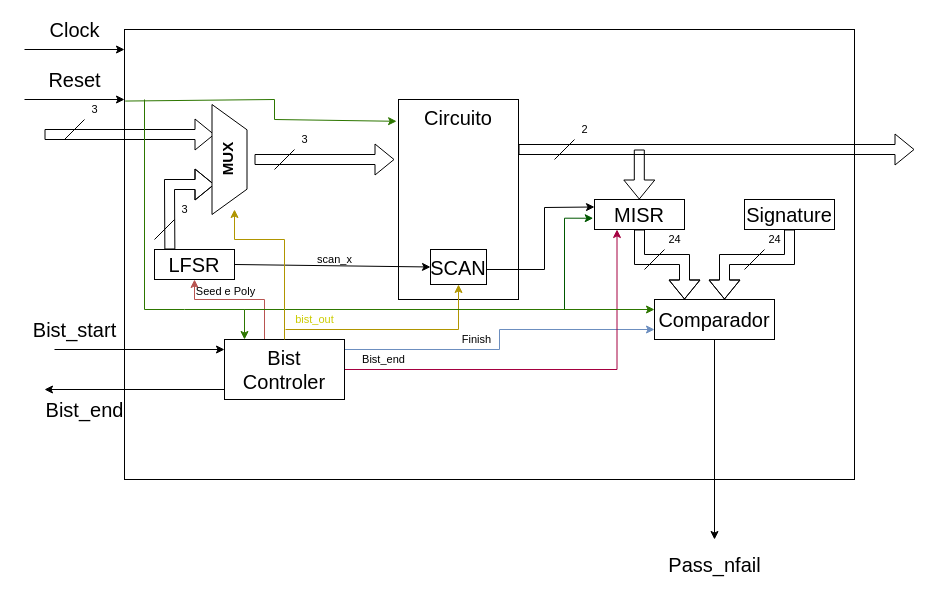
This is Projeto2/Diagrama.drawio from victor-macedo/PTFSE, a draw.io file, before an edit. Source tidied: cells renumbered, new cells numbered last; positions are measured from the earlier drawing's top-left corner, leaving out a move shared by most shapes. Both pictures are drawn from the tidied source at 100%, with x=0, y=0 at pixel (24, 29).
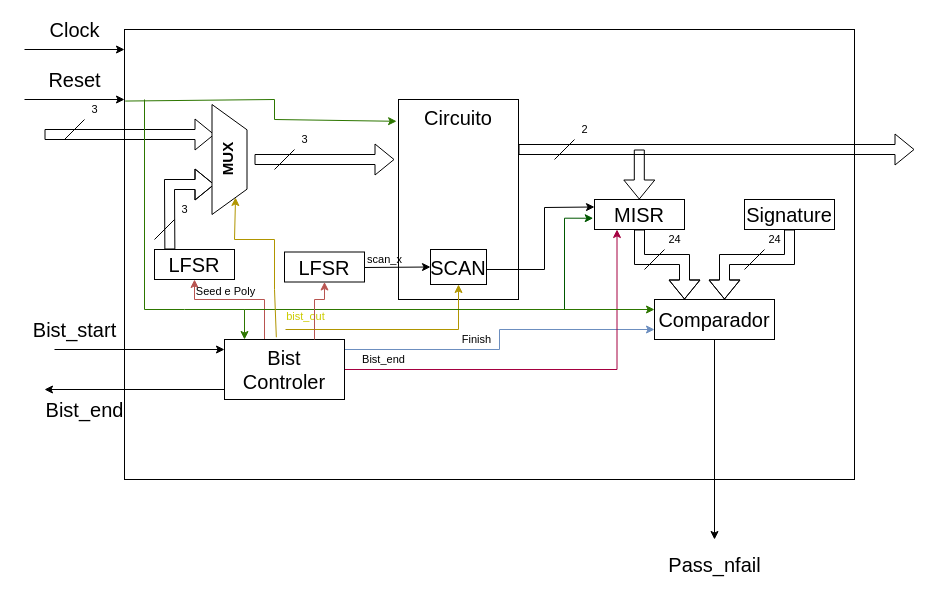
Above is the later version.

The change refers to these unchanged cells:
```xml
<mxCell id="11" value="&lt;font style=&quot;font-size: 20px;&quot;&gt;Bist&lt;br&gt;Controler&lt;/font&gt;" style="rounded=0;whiteSpace=wrap;html=1;" parent="1" vertex="1">
  <mxGeometry x="200" y="310" width="120" height="60" as="geometry" />
</mxCell>
<mxCell id="13" value="&lt;font style=&quot;font-size: 20px;&quot;&gt;LFSR&lt;/font&gt;" style="rounded=0;whiteSpace=wrap;html=1;" parent="1" vertex="1">
  <mxGeometry x="130" y="220" width="80" height="30" as="geometry" />
</mxCell>
<mxCell id="18" value="&lt;font style=&quot;font-size: 20px;&quot;&gt;SCAN&lt;/font&gt;" style="rounded=0;whiteSpace=wrap;html=1;" parent="1" vertex="1">
  <mxGeometry x="406" y="220" width="56" height="35" as="geometry" />
</mxCell>
<mxCell id="40" value="&lt;b&gt;&lt;font style=&quot;font-size: 15px;&quot;&gt;MUX&lt;/font&gt;&lt;/b&gt;" style="verticalLabelPosition=middle;verticalAlign=top;shape=trapezoid;perimeter=trapezoidPerimeter;size=0.23;arcSize=10;flipV=1;labelPosition=center;align=center;rotation=-90;spacingBottom=0;html=1;whiteSpace=wrap;direction=east;horizontal=1;" parent="1" vertex="1">
  <mxGeometry x="150" y="112.5" width="110" height="35" as="geometry" />
</mxCell>
```

Diff of the diagram source:
```diff
@@
-    <mxCell id="19" value="scan_x" style="endArrow=classic;html=1;rounded=0;entryX=0;entryY=0.5;entryDx=0;entryDy=0;exitX=1;exitY=0.5;exitDx=0;exitDy=0;labelBackgroundColor=none;" parent="1" edge="1" source="13" target="18">
-      <mxGeometry x="0.02" y="6" relative="1" as="geometry" />
+    <mxCell id="19" value="scan_x" style="endArrow=classic;html=1;rounded=0;entryX=0;entryY=0.5;entryDx=0;entryDy=0;labelBackgroundColor=none;" parent="1" edge="1" target="18">
+      <mxGeometry x="-0.39" y="8" relative="1" as="geometry">
+        <mxPoint x="340" y="238" as="sourcePoint" />
+      </mxGeometry>
     </mxCell>
@@
-    <mxCell id="39" value="bist_out" style="endArrow=classic;html=1;rounded=0;entryX=0.5;entryY=1;entryDx=0;entryDy=0;fillColor=#e3c800;strokeColor=#B09500;fontColor=#CCCC00;" parent="1" edge="1">
+    <mxCell id="39" value="bist_out" style="endArrow=classic;html=1;rounded=0;entryX=0;entryY=0.75;entryDx=0;entryDy=0;fillColor=#e3c800;strokeColor=#B09500;fontColor=#CCCC00;exitX=0.432;exitY=-0.037;exitDx=0;exitDy=0;exitPerimeter=0;" parent="1" edge="1" source="11" target="40">
       <mxGeometry x="-0.78" y="-30" relative="1" as="geometry">
-        <mxPoint x="260" y="310" as="sourcePoint" />
-        <mxPoint x="210" y="180" as="targetPoint" />
         <Array as="points">
-          <mxPoint x="260" y="210" />
+          <mxPoint x="250" y="260" />
+          <mxPoint x="250" y="210" />
           <mxPoint x="210" y="210" />
         </Array>
       </mxGeometry>
     </mxCell>
@@
+    <mxCell id="41" value="&lt;font style=&quot;font-size: 20px;&quot;&gt;LFSR&lt;/font&gt;" style="rounded=0;whiteSpace=wrap;html=1;" parent="1" vertex="1">
+      <mxGeometry x="260" y="222.5" width="80" height="30" as="geometry" />
+    </mxCell>
+    <mxCell id="42" style="edgeStyle=orthogonalEdgeStyle;rounded=0;jettySize=auto;html=1;fillColor=#f8cecc;strokeColor=#b85450;entryX=0.5;entryY=1;entryDx=0;entryDy=0;exitX=0.75;exitY=0;exitDx=0;exitDy=0;" parent="1" edge="1" source="11" target="41">
+      <mxGeometry relative="1" as="geometry">
+        <Array as="points">
+          <mxPoint x="290" y="270" />
+          <mxPoint x="300" y="270" />
+        </Array>
+      </mxGeometry>
+    </mxCell>
```
